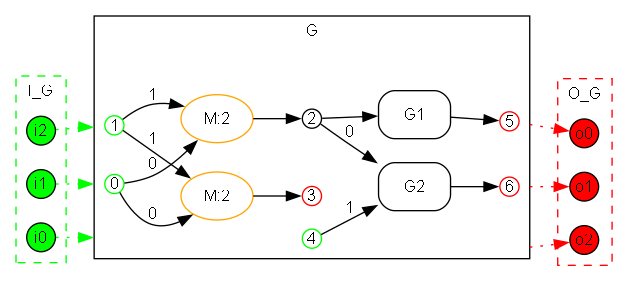
ammatsui/bhypvis keeps this Graphviz diagram as crates/bhyp/images/test_copy_subst_commute/path1_after_copy_GM_with_interface.png. Above is the earlier version. Its source is kept beside it as crates/bhyp/images/test_copy_subst_commute/path1_after_copy_GM_with_interface.dot.
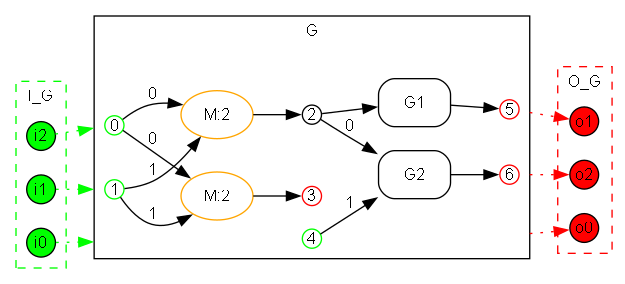
After the commit.

Change to the diagram source:
```diff
@@ -10,33 +10,33 @@
     label="I_G";
     style=dashed;
     color="green";
+    i0 [label="i0", shape=circle, style=filled, fillcolor="green", width=0.3, height=0.3, fixedsize=true];
     i2 [label="i2", shape=circle, style=filled, fillcolor="green", width=0.3, height=0.3, fixedsize=true];
-    i0 [label="i0", shape=circle, style=filled, fillcolor="green", width=0.3, height=0.3, fixedsize=true];
     i1 [label="i1", shape=circle, style=filled, fillcolor="green", width=0.3, height=0.3, fixedsize=true];
   }
 
   subgraph cluster_main {
     label="G";
     style=solid;
+    n4 [label="4", shape=circle, style=filled, fillcolor=white, color="green", width=0.2, height=0.2, fixedsize=true];
+    n3 [label="3", shape=circle, style=filled, fillcolor=white, color="red", width=0.2, height=0.2, fixedsize=true];
     n5 [label="5", shape=circle, style=filled, fillcolor=white, color="red", width=0.2, height=0.2, fixedsize=true];
     n6 [label="6", shape=circle, style=filled, fillcolor=white, color="red", width=0.2, height=0.2, fixedsize=true];
+    n1 [label="1", shape=circle, style=filled, fillcolor=white, color="green", width=0.2, height=0.2, fixedsize=true];
     n2 [label="2", shape=circle, style=filled, fillcolor=white, color="black", width=0.2, height=0.2, fixedsize=true];
-    n4 [label="4", shape=circle, style=filled, fillcolor=white, color="green", width=0.2, height=0.2, fixedsize=true];
     n0 [label="0", shape=circle, style=filled, fillcolor=white, color="green", width=0.2, height=0.2, fixedsize=true];
-    n1 [label="1", shape=circle, style=filled, fillcolor=white, color="green", width=0.2, height=0.2, fixedsize=true];
-    n3 [label="3", shape=circle, style=filled, fillcolor=white, color="red", width=0.2, height=0.2, fixedsize=true];
     e1 [label="M:2", shape=ellipse, style=rounded, color="orange"];
+    e0 [label="M:2", shape=ellipse, style=rounded, color="orange"];
     e3 [label="G1", shape=box, style=rounded, color="black"];
-    e0 [label="M:2", shape=ellipse, style=rounded, color="orange"];
     e2 [label="G2", shape=box, style=rounded, color="black"];
     n0 -> e1 [label="0"];
     n1 -> e1 [label="1"];
     e1 -> n3 [label=""];
-    n2 -> e3 [label=""];
-    e3 -> n5 [label=""];
     n0 -> e0 [label="0"];
     n1 -> e0 [label="1"];
     e0 -> n2 [label=""];
+    n2 -> e3 [label=""];
+    e3 -> n5 [label=""];
     n2 -> e2 [label="0"];
     n4 -> e2 [label="1"];
     e2 -> n6 [label=""];
@@ -46,15 +46,15 @@
     label="O_G";
     style=dashed;
     color="red";
+    o1 [label="o1", shape=circle, style=filled, fillcolor="red", width=0.3, height=0.3, fixedsize=true];
+    o2 [label="o2", shape=circle, style=filled, fillcolor="red", width=0.3, height=0.3, fixedsize=true];
     o0 [label="o0", shape=circle, style=filled, fillcolor="red", width=0.3, height=0.3, fixedsize=true];
-    o2 [label="o2", shape=circle, style=filled, fillcolor="red", width=0.3, height=0.3, fixedsize=true];
-    o1 [label="o1", shape=circle, style=filled, fillcolor="red", width=0.3, height=0.3, fixedsize=true];
   }
 
-  i2 -> n1 [style=dotted, color="green", label="", lhead=cluster_main];
-  i1 -> n0 [style=dotted, color="green", label="", lhead=cluster_main];
+  i2 -> n0 [style=dotted, color="green", label="", lhead=cluster_main];
+  i1 -> n1 [style=dotted, color="green", label="", lhead=cluster_main];
   i0 -> n4 [style=dotted, color="green", label="", lhead=cluster_main];
-  n3 -> o2 [style=dotted, color="red", label="", ltail=cluster_main];
-  n5 -> o0 [style=dotted, color="red", label="", ltail=cluster_main];
-  n6 -> o1 [style=dotted, color="red", label="", ltail=cluster_main];
+  n5 -> o1 [style=dotted, color="red", label="", ltail=cluster_main];
+  n6 -> o2 [style=dotted, color="red", label="", ltail=cluster_main];
+  n3 -> o0 [style=dotted, color="red", label="", ltail=cluster_main];
 }
```
